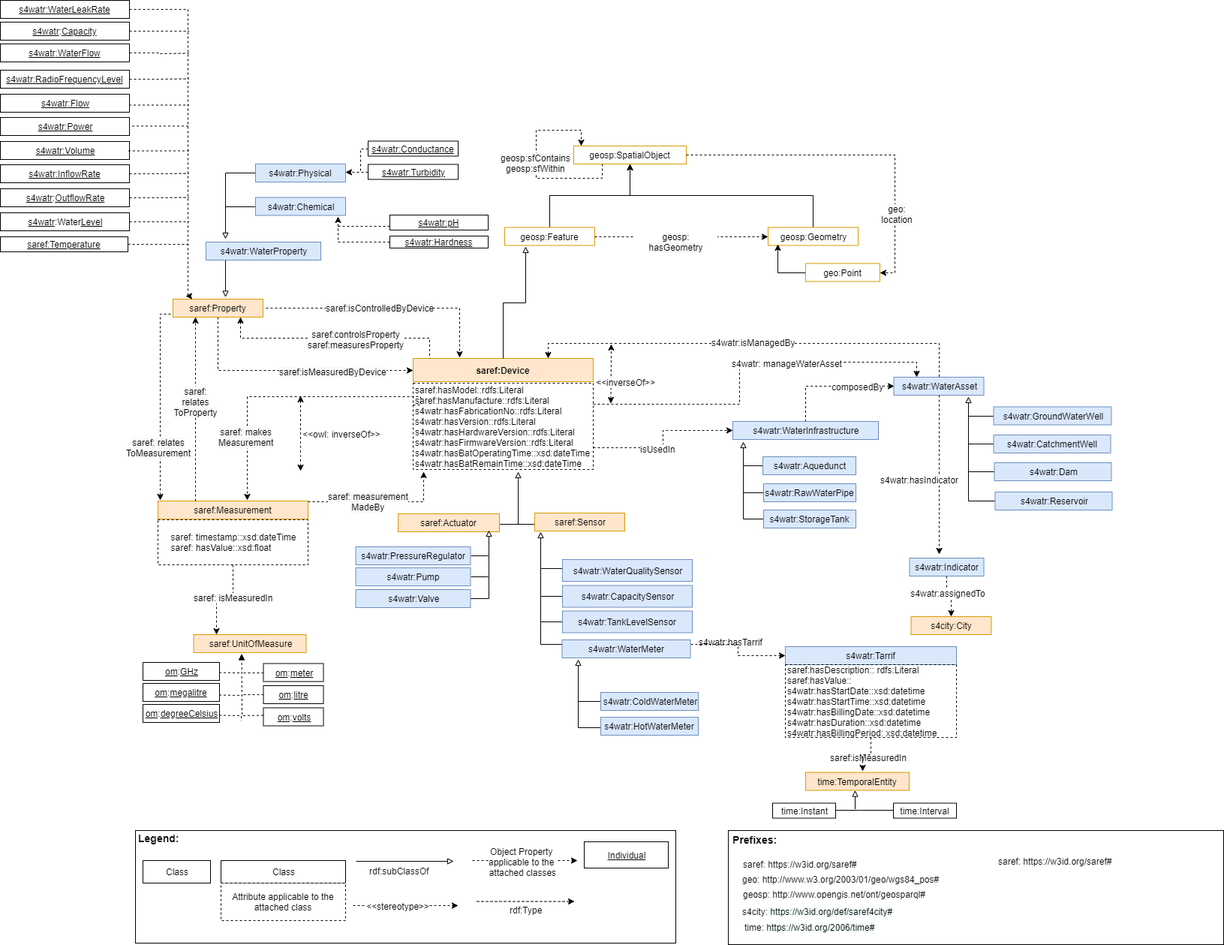
Above: Diagram/S4WaterNew.png in tiwari2019/S4WATR-1 (draw.io), before the change. Source tidied: cells renumbered, new cells last; positions are measured from the earlier drawing's top-left corner, leaving out a move shared by most shapes.
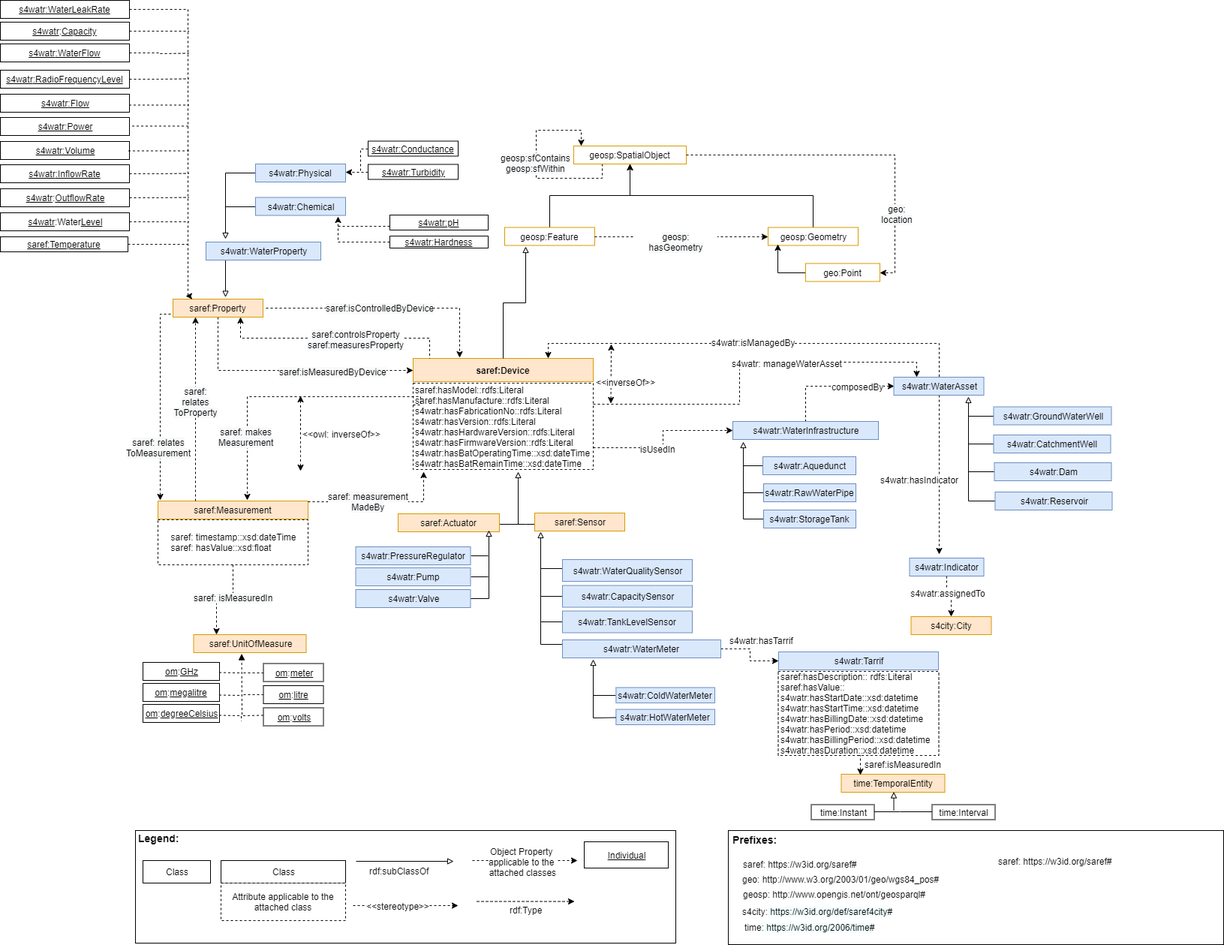
The same file after the commit.

Diff of the diagram source:
```diff
@@ -433,19 +433,11 @@
     <mxCell id="101" value="&lt;font style=&quot;font-size: 12px&quot;&gt;s4city:&lt;font face=&quot;sans-serif&quot; style=&quot;font-size: 12px&quot;&gt;&lt;span style=&quot;white-space: normal ; background-color: rgb(244 , 255 , 255)&quot;&gt;&amp;nbsp;https://w3id.org/def/saref4city#&lt;/span&gt;&lt;/font&gt;&lt;/font&gt;" style="text;html=1;" parent="1" vertex="1">
       <mxGeometry x="987" y="1201" width="210" height="17" as="geometry" />
     </mxCell>
-    <mxCell id="102" value="s4watr:Tarrif" style="rounded=0;whiteSpace=wrap;html=1;fontStyle=0;fillColor=#dae8fc;strokeColor=#6c8ebf;" parent="1" vertex="1">
-      <mxGeometry x="1046" y="861" width="228" height="24" as="geometry" />
-    </mxCell>
-    <mxCell id="103" value="s4watr:hasTarrif" style="text;html=1;align=center;verticalAlign=middle;labelBackgroundColor=#ffffff;" parent="1" vertex="1">
-      <mxGeometry x="977" y="842.5" as="geometry">
-        <mxPoint x="-4" y="12" as="offset" />
-      </mxGeometry>
-    </mxCell>
     <mxCell id="104" value="time:TemporalEntity" style="rounded=0;whiteSpace=wrap;html=1;fontStyle=0;fillColor=#ffe6cc;strokeColor=#d79b00;" parent="1" vertex="1">
-      <mxGeometry x="1073" y="1028.5" width="138" height="24" as="geometry" />
+      <mxGeometry x="1120.5" y="1031" width="138" height="24" as="geometry" />
     </mxCell>
     <mxCell id="105" value="saref:isMeasuredIn" style="text;html=1;align=center;verticalAlign=middle;labelBackgroundColor=#ffffff;" parent="1" vertex="1">
-      <mxGeometry x="1154" y="962" as="geometry">
+      <mxGeometry x="1200" y="971" as="geometry">
         <mxPoint x="2" y="46" as="offset" />
       </mxGeometry>
     </mxCell>
@@ -571,11 +563,11 @@
     <mxCell id="136" value="&lt;font style=&quot;font-size: 12px&quot;&gt;time:&lt;font face=&quot;sans-serif&quot; style=&quot;font-size: 12px&quot;&gt;&lt;span style=&quot;white-space: normal ; background-color: rgb(244 , 255 , 255)&quot;&gt;&amp;nbsp;https://w3id.org/2006/time#&lt;/span&gt;&lt;/font&gt;&lt;/font&gt;" style="text;html=1;" parent="1" vertex="1">
       <mxGeometry x="990" y="1222" width="210" height="17" as="geometry" />
     </mxCell>
-    <mxCell id="137" style="edgeStyle=orthogonalEdgeStyle;rounded=0;jettySize=auto;html=1;exitX=0.5;exitY=1;exitDx=0;exitDy=0;entryX=0.551;entryY=-0.042;entryDx=0;entryDy=0;entryPerimeter=0;dashed=1;endArrow=classic;endFill=1;strokeWidth=1;" parent="1" edge="1" source="138" target="104">
+    <mxCell id="137" style="edgeStyle=orthogonalEdgeStyle;rounded=0;jettySize=auto;html=1;exitX=0.5;exitY=1;exitDx=0;exitDy=0;entryX=0.185;entryY=0.042;entryDx=0;entryDy=0;entryPerimeter=0;dashed=1;" parent="1" edge="1" source="138" target="104">
       <mxGeometry relative="1" as="geometry" />
     </mxCell>
-    <mxCell id="138" value="saref:hasDescription:: rdfs:Literal&lt;br&gt;saref:hasValue::&amp;nbsp;&lt;br&gt;s4watr:hasStartDate::xsd:datetime&lt;br&gt;s4watr:hasStartTime::xsd:datetime&lt;br&gt;s4watr:hasBillingDate::xsd:datetime&lt;br&gt;s4watr:hasDuration::xsd:datetime&lt;br&gt;s4watr:hasBillingPeriod: xsd:datetime" style="text;html=1;strokeColor=#000000;fillColor=none;align=left;verticalAlign=middle;whiteSpace=wrap;rounded=0;dashed=1;" parent="1" vertex="1">
-      <mxGeometry x="1046" y="885" width="228" height="97" as="geometry" />
+    <mxCell id="138" value="saref:hasDescription:: rdfs:Literal&lt;br&gt;saref:hasValue::&amp;nbsp;&lt;br&gt;s4watr:hasStartDate::xsd:datetime&lt;br&gt;s4watr:hasStartTime::xsd:datetime&lt;br&gt;s4watr:hasBillingDate::xsd:datetime&lt;br&gt;s4watr:hasPeriod::xsd:datetime&lt;br&gt;s4watr:hasBillingPeriod::xsd:datetime&lt;br&gt;s4watr:hasDuration::xsd:datetime" style="text;html=1;strokeColor=#000000;fillColor=none;align=left;verticalAlign=middle;whiteSpace=wrap;rounded=0;dashed=1;" parent="1" vertex="1">
+      <mxGeometry x="1036.5" y="894" width="214" height="112" as="geometry" />
     </mxCell>
     <mxCell id="139" style="group;" parent="1" vertex="1">
       <mxGeometry x="672" y="173" width="500" height="201.5" as="geometry" />
@@ -694,29 +686,17 @@
         </Array>
       </mxGeometry>
     </mxCell>
-    <mxCell id="167" style="edgeStyle=orthogonalEdgeStyle;rounded=0;jettySize=auto;html=1;exitX=1;exitY=0.25;exitDx=0;exitDy=0;entryX=0;entryY=0.5;entryDx=0;entryDy=0;dashed=1;startArrow=none;startFill=0;endArrow=classic;endFill=1;" parent="1" edge="1" source="168" target="102">
+    <mxCell id="167" style="edgeStyle=orthogonalEdgeStyle;rounded=0;jettySize=auto;html=1;exitX=1;exitY=0.5;exitDx=0;exitDy=0;dashed=1;" parent="1" edge="1" source="168" target="102">
       <mxGeometry relative="1" as="geometry" />
     </mxCell>
+    <mxCell id="103" value="s4watr:hasTarrif" style="text;html=1;align=center;verticalAlign=middle;labelBackgroundColor=#ffffff;" parent="167" vertex="1">
+      <mxGeometry x="-0.33" y="2" relative="1" as="geometry">
+        <mxPoint x="23" y="-10" as="offset" />
+      </mxGeometry>
+    </mxCell>
     <mxCell id="168" value="s4watr:WaterMeter" style="rounded=0;whiteSpace=wrap;html=1;fontStyle=0;fillColor=#dae8fc;strokeColor=#6c8ebf;" parent="1" vertex="1">
-      <mxGeometry x="748.5" y="852" width="171" height="24" as="geometry" />
+      <mxGeometry x="749" y="852" width="211" height="24" as="geometry" />
     </mxCell>
-    <mxCell id="169" style="edgeStyle=orthogonalEdgeStyle;rounded=0;jettySize=auto;html=1;exitX=0;exitY=0.5;exitDx=0;exitDy=0;endArrow=none;endFill=0;" parent="1" edge="1" source="170">
-      <mxGeometry relative="1" as="geometry">
-        <mxPoint x="770" y="943" as="targetPoint" />
-      </mxGeometry>
-    </mxCell>
-    <mxCell id="170" value="s4watr:ColdWaterMeter" style="rounded=0;whiteSpace=wrap;html=1;fontStyle=0;fillColor=#dae8fc;strokeColor=#6c8ebf;" parent="1" vertex="1">
-      <mxGeometry x="800" y="922" width="130" height="24" as="geometry" />
-    </mxCell>
-    <mxCell id="171" style="edgeStyle=orthogonalEdgeStyle;rounded=0;orthogonalLoop=1;jettySize=auto;html=1;exitX=0;exitY=0.5;exitDx=0;exitDy=0;endArrow=block;endFill=0;" parent="1" edge="1">
-      <mxGeometry relative="1" as="geometry">
-        <mxPoint x="800" y="969" as="sourcePoint" />
-        <mxPoint x="770" y="878" as="targetPoint" />
-      </mxGeometry>
-    </mxCell>
-    <mxCell id="172" value="s4watr:HotWaterMeter" style="rounded=0;whiteSpace=wrap;html=1;fontStyle=0;fillColor=#dae8fc;strokeColor=#6c8ebf;" parent="1" vertex="1">
-      <mxGeometry x="800" y="955" width="130" height="24" as="geometry" />
-    </mxCell>
     <mxCell id="173" value="s4watr:WaterInfrastructure" style="rounded=0;whiteSpace=wrap;html=1;fillColor=#dae8fc;strokeColor=#6c8ebf;" parent="1" vertex="1">
       <mxGeometry x="976" y="561" width="194" height="24" as="geometry" />
     </mxCell>
@@ -726,27 +706,53 @@
     <mxCell id="175" value="isUsedIn" style="text;html=1;align=center;verticalAlign=middle;labelBackgroundColor=#ffffff;" parent="174" vertex="1">
       <mxGeometry x="-0.17" y="-1" relative="1" as="geometry" />
     </mxCell>
+    <mxCell id="180" style="group;" parent="1" vertex="1">
+      <mxGeometry x="790" y="879" width="162" height="86" as="geometry" />
+    </mxCell>
+    <mxCell id="172" value="s4watr:HotWaterMeter" style="rounded=0;whiteSpace=wrap;html=1;fontStyle=0;fillColor=#dae8fc;strokeColor=#6c8ebf;" parent="180" vertex="1">
+      <mxGeometry x="30.4" y="65.6" width="131.6" height="20.4" as="geometry" />
+    </mxCell>
+    <mxCell id="181" style="group;" parent="1" vertex="1">
+      <mxGeometry x="1080.5" y="1054.5" width="245" height="37" as="geometry" />
+    </mxCell>
-    <mxCell id="176" style="edgeStyle=orthogonalEdgeStyle;rounded=0;orthogonalLoop=1;jettySize=auto;html=1;endArrow=none;endFill=0;strokeWidth=1;" parent="1" edge="1">
+    <mxCell id="176" style="edgeStyle=orthogonalEdgeStyle;rounded=0;orthogonalLoop=1;jettySize=auto;html=1;endArrow=none;endFill=0;strokeWidth=1;" parent="181" edge="1">
       <mxGeometry relative="1" as="geometry">
-        <mxPoint x="1110" y="1078.5" as="sourcePoint" />
-        <mxPoint x="1190" y="1078.5" as="targetPoint" />
+        <mxPoint x="81" y="26" as="sourcePoint" />
+        <mxPoint x="161" y="26" as="targetPoint" />
         <Array as="points">
-          <mxPoint x="1147" y="1078.5" />
-          <mxPoint x="1147" y="1078.5" />
+          <mxPoint x="118" y="26" />
+          <mxPoint x="118" y="26" />
         </Array>
       </mxGeometry>
     </mxCell>
-    <mxCell id="177" value="time:Instant" style="rounded=0;whiteSpace=wrap;html=1;" parent="1" vertex="1">
-      <mxGeometry x="1029" y="1069.5" width="84" height="20" as="geometry" />
+    <mxCell id="177" value="time:Instant" style="rounded=0;whiteSpace=wrap;html=1;" parent="181" vertex="1">
+      <mxGeometry y="17" width="84" height="20" as="geometry" />
     </mxCell>
-    <mxCell id="178" value="time:Interval" style="rounded=0;whiteSpace=wrap;html=1;" parent="1" vertex="1">
-      <mxGeometry x="1190" y="1069.5" width="84" height="20" as="geometry" />
+    <mxCell id="178" value="time:Interval" style="rounded=0;whiteSpace=wrap;html=1;" parent="181" vertex="1">
+      <mxGeometry x="161" y="17" width="84" height="20" as="geometry" />
     </mxCell>
-    <mxCell id="179" style="endArrow=block;html=1;strokeWidth=1;endFill=0;" parent="1" edge="1">
+    <mxCell id="179" style="endArrow=block;html=1;strokeWidth=1;endFill=0;" parent="181" edge="1">
       <mxGeometry relative="1" as="geometry">
-        <mxPoint x="1139" y="1077.5" as="sourcePoint" />
-        <mxPoint x="1139" y="1052.5" as="targetPoint" />
+        <mxPoint x="110" y="25" as="sourcePoint" />
+        <mxPoint x="110" as="targetPoint" />
       </mxGeometry>
     </mxCell>
+    <mxCell id="169" style="edgeStyle=orthogonalEdgeStyle;rounded=0;jettySize=auto;html=1;exitX=0;exitY=0.5;exitDx=0;exitDy=0;endArrow=none;endFill=0;" parent="1" edge="1" source="170">
+      <mxGeometry relative="1" as="geometry">
+        <mxPoint x="790" y="933.3" as="targetPoint" />
+      </mxGeometry>
+    </mxCell>
+    <mxCell id="170" value="s4watr:ColdWaterMeter" style="rounded=0;whiteSpace=wrap;html=1;fontStyle=0;fillColor=#dae8fc;strokeColor=#6c8ebf;" parent="1" vertex="1">
+      <mxGeometry x="820.4" y="915.5" width="131.6" height="20.4" as="geometry" />
+    </mxCell>
+    <mxCell id="171" style="edgeStyle=orthogonalEdgeStyle;rounded=0;orthogonalLoop=1;jettySize=auto;html=1;exitX=0;exitY=0.5;exitDx=0;exitDy=0;endArrow=block;endFill=0;" parent="1" edge="1">
+      <mxGeometry relative="1" as="geometry">
+        <mxPoint x="820.4" y="955.5" as="sourcePoint" />
+        <mxPoint x="790" y="878" as="targetPoint" />
+      </mxGeometry>
+    </mxCell>
+    <mxCell id="102" value="s4watr:Tarrif" style="rounded=0;whiteSpace=wrap;html=1;fontStyle=0;fillColor=#dae8fc;strokeColor=#6c8ebf;" parent="1" vertex="1">
+      <mxGeometry x="1037" y="868" width="213" height="24" as="geometry" />
+    </mxCell>
   </root>
 </mxGraphModel>
```
